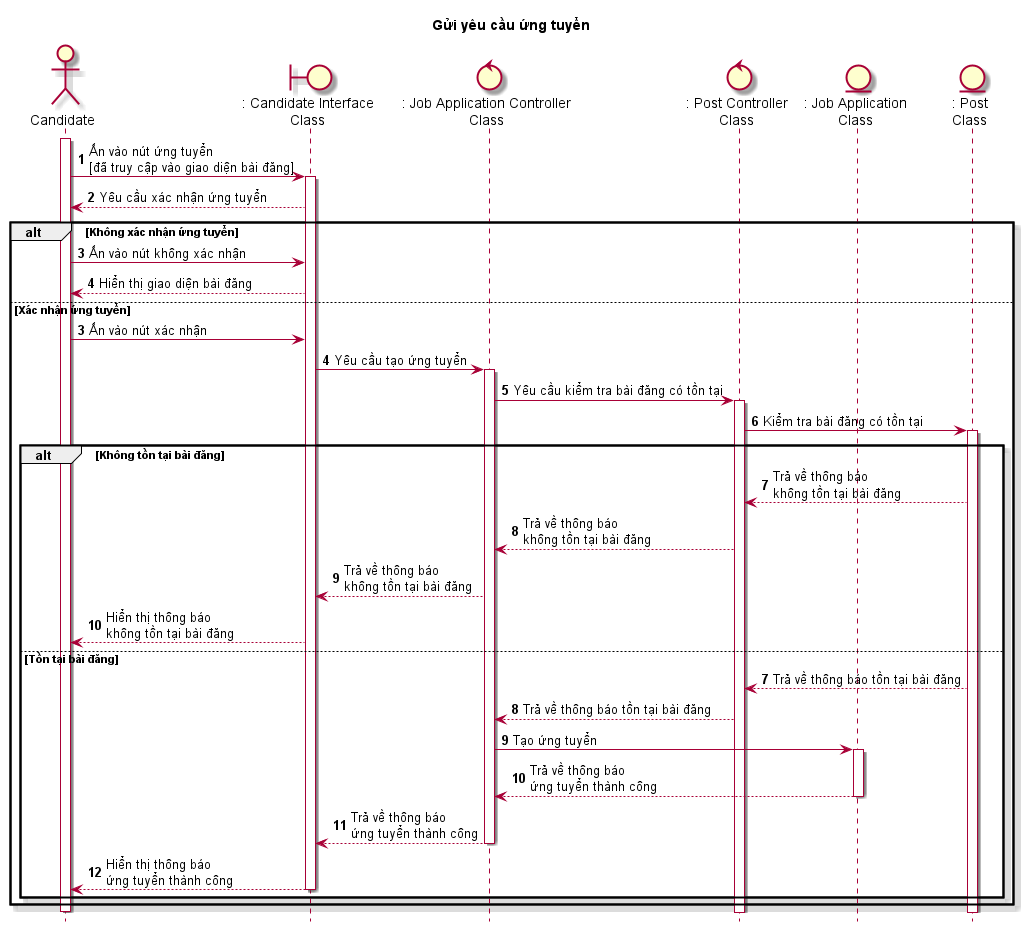
Before: Lab1/Lab 1.2 Diagram/Sequence/FileIMG/9.1. SeqNopYeuCauUngTuyen/SeqGuiYeuCauUngTuyen.png, a diagram exported from PlantUML (Griselda4774/EAS-EmploymentAssistanceSystem). Its diagram source:
```plantuml
@startuml SeqGuiYeuCauUngTuyen

skin rose
hide footbox
title Gửi yêu cầu ứng tuyển

actor Candidate as candidate
boundary ": Candidate Interface\nClass" as candidateInterface
control ": Job Application Controller\nClass" as jobApplicationController
control ": Post Controller\nClass" as postController
entity ": Job Application\nClass" as jobApplicationClass
entity ": Post\nClass" as postClass

autonumber
candidate++
candidate -> candidateInterface++: Ấn vào nút ứng tuyển\n[đã truy cập vào giao diện bài đăng]
candidateInterface --> candidate: Yêu cầu xác nhận ứng tuyển
alt Không xác nhận ứng tuyển
    candidate -> candidateInterface: Ấn vào nút không xác nhận
    candidateInterface --> candidate: Hiển thị giao diện bài đăng
else Xác nhận ứng tuyển
    autonumber 3
    candidate -> candidateInterface: Ấn vào nút xác nhận
    candidateInterface -> jobApplicationController++: Yêu cầu tạo ứng tuyển
    jobApplicationController -> postController++: Yêu cầu kiểm tra bài đăng có tồn tại
    postController -> postClass++: Kiểm tra bài đăng có tồn tại
    alt Không tồn tại bài đăng
        postClass --> postController: Trả về thông báo\nkhông tồn tại bài đăng
        postController --> jobApplicationController: Trả về thông báo\nkhông tồn tại bài đăng
        jobApplicationController --> candidateInterface: Trả về thông báo\nkhông tồn tại bài đăng
        candidateInterface --> candidate: Hiển thị thông báo\nkhông tồn tại bài đăng
    else Tồn tại bài đăng
        autonumber 7
        postClass --> postController: Trả về thông báo tồn tại bài đăng
        postController --> jobApplicationController: Trả về thông báo tồn tại bài đăng
        jobApplicationController -> jobApplicationClass++: Tạo ứng tuyển
        jobApplicationClass --> jobApplicationController--: Trả về thông báo\nứng tuyển thành công
        jobApplicationController --> candidateInterface--: Trả về thông báo\nứng tuyển thành công
        candidateInterface --> candidate--: Hiển thị thông báo\nứng tuyển thành công
        end
end
candidate--

@enduml
```
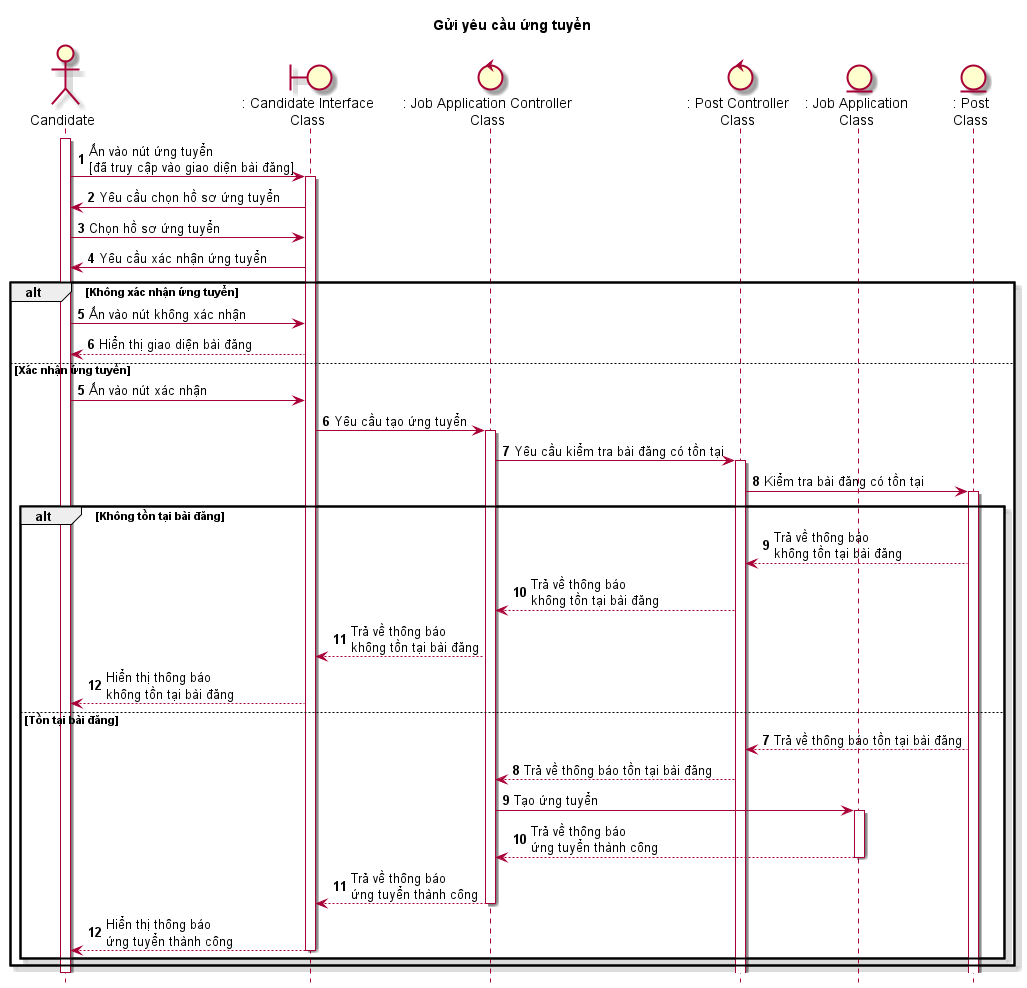
Above is the later version.

Change to the diagram source:
```diff
@@ -14,12 +14,14 @@
 autonumber
 candidate++
 candidate -> candidateInterface++: Ấn vào nút ứng tuyển\n[đã truy cập vào giao diện bài đăng]
-candidateInterface --> candidate: Yêu cầu xác nhận ứng tuyển
+candidateInterface -> candidate: Yêu cầu chọn hồ sơ ứng tuyển
+candidate -> candidateInterface: Chọn hồ sơ ứng tuyển
+candidateInterface -> candidate: Yêu cầu xác nhận ứng tuyển
 alt Không xác nhận ứng tuyển
     candidate -> candidateInterface: Ấn vào nút không xác nhận
     candidateInterface --> candidate: Hiển thị giao diện bài đăng
 else Xác nhận ứng tuyển
-    autonumber 3
+    autonumber 5
     candidate -> candidateInterface: Ấn vào nút xác nhận
     candidateInterface -> jobApplicationController++: Yêu cầu tạo ứng tuyển
     jobApplicationController -> postController++: Yêu cầu kiểm tra bài đăng có tồn tại
```
